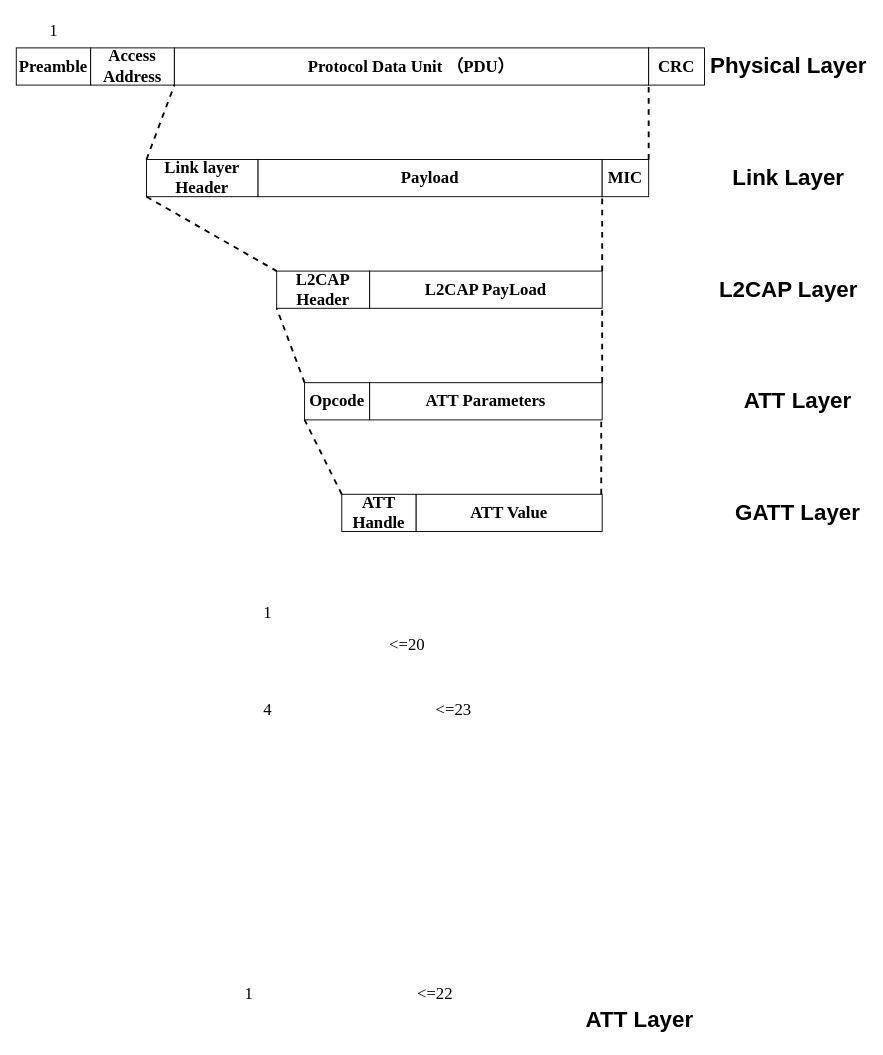
Before: Untitled Diagram.drawio in wangjinbo75/FT, a draw.io diagram. Source tidied: cells renumbered, new cells numbered last; positions are measured from the earlier drawing's top-left corner, leaving out a move shared by most shapes. Both pictures are drawn from the tidied source at 93%, with x=0, y=0 at pixel (16, 20).
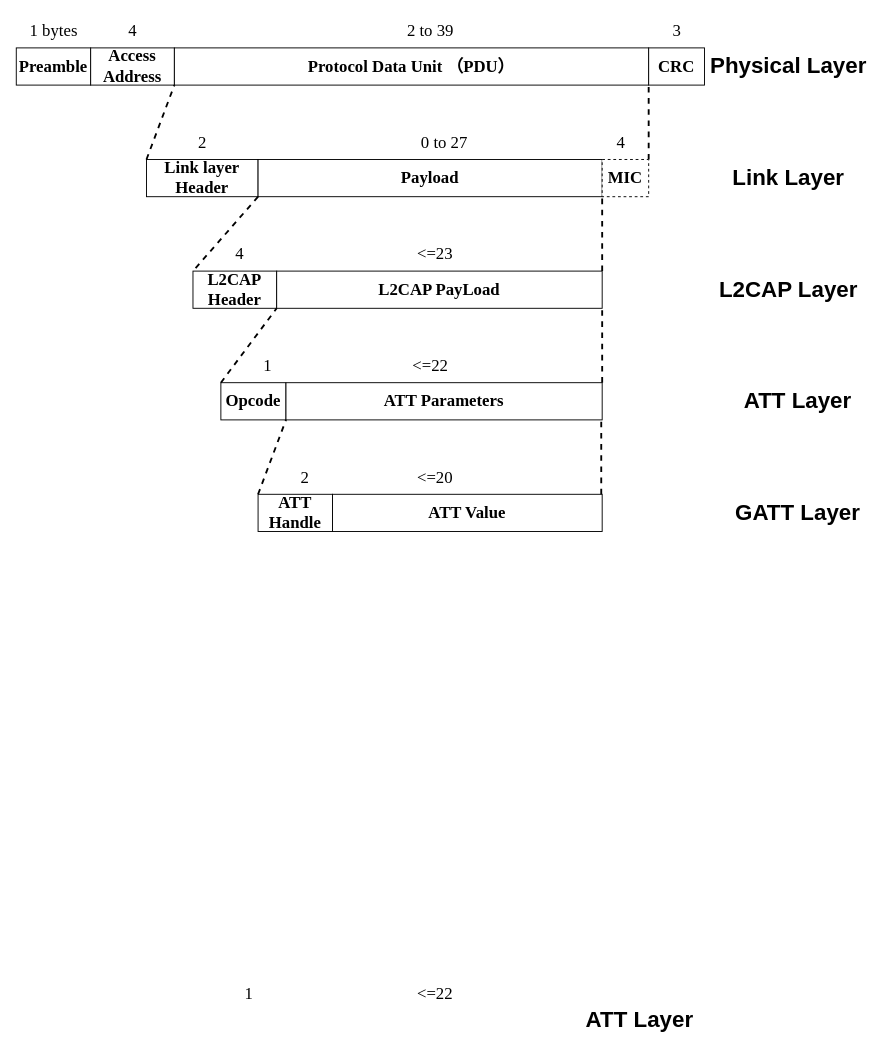
The same page after the edit.

Unchanged cells that the change refers to:
```xml
<mxCell id="23" value="&lt;font face=&quot;Times New Roman&quot;&gt;&lt;span style=&quot;font-size: 18px&quot;&gt;&lt;b&gt;Link layer Header&lt;/b&gt;&lt;/span&gt;&lt;/font&gt;" style="rounded=0;whiteSpace=wrap;html=1;" parent="1" vertex="1">
  <mxGeometry x="140" y="150" width="120" height="40" as="geometry" />
</mxCell>
<mxCell id="24" value="&lt;font face=&quot;Times New Roman&quot;&gt;&lt;span style=&quot;font-size: 18px&quot;&gt;&lt;b&gt;Payload&lt;/b&gt;&lt;/span&gt;&lt;/font&gt;" style="rounded=0;whiteSpace=wrap;html=1;" parent="1" vertex="1">
  <mxGeometry x="260" y="150" width="370" height="40" as="geometry" />
</mxCell>
```

Change to the diagram source:
```diff
@@
     <mxCell id="6" value="&lt;font face=&quot;Times New Roman&quot; style=&quot;font-size: 18px&quot;&gt;&lt;b&gt;ATT Handle&lt;/b&gt;&lt;/font&gt;" style="rounded=0;whiteSpace=wrap;html=1;" parent="1" vertex="1">
-      <mxGeometry x="350" y="510" width="80" height="40" as="geometry" />
+      <mxGeometry x="260" y="510" width="80" height="40" as="geometry" />
     </mxCell>
     <mxCell id="7" value="&lt;font face=&quot;Times New Roman&quot; style=&quot;font-size: 18px&quot;&gt;&lt;b&gt;ATT Value&lt;/b&gt;&lt;/font&gt;" style="rounded=0;whiteSpace=wrap;html=1;" parent="1" vertex="1">
-      <mxGeometry x="430" y="510" width="200" height="40" as="geometry" />
+      <mxGeometry x="340" y="510" width="290" height="40" as="geometry" />
     </mxCell>
@@
-    <mxCell id="10" value="&lt;span style=&quot;font-weight: normal&quot;&gt;&lt;font style=&quot;font-size: 18px&quot; face=&quot;Times New Roman&quot;&gt;1&lt;/font&gt;&lt;/span&gt;" style="text;strokeColor=none;fillColor=none;html=1;fontSize=24;fontStyle=1;verticalAlign=middle;align=center;" parent="1" vertex="1">
+    <mxCell id="10" value="&lt;span style=&quot;font-weight: normal&quot;&gt;&lt;font style=&quot;font-size: 18px&quot; face=&quot;Times New Roman&quot;&gt;1 bytes&lt;/font&gt;&lt;/span&gt;" style="text;strokeColor=none;fillColor=none;html=1;fontSize=24;fontStyle=1;verticalAlign=middle;align=center;" parent="1" vertex="1">
       <mxGeometry x="10" width="60" height="20" as="geometry" />
     </mxCell>
-    <mxCell id="11" value="&lt;span style=&quot;font-weight: 400&quot;&gt;&lt;font style=&quot;font-size: 18px&quot; face=&quot;Times New Roman&quot;&gt;&amp;lt;=20&lt;/font&gt;&lt;/span&gt;" style="text;strokeColor=none;fillColor=none;html=1;fontSize=24;fontStyle=1;verticalAlign=middle;align=center;" parent="1" vertex="1">
-      <mxGeometry x="390" y="660" width="60" height="20" as="geometry" />
-    </mxCell>
@@
-    <mxCell id="13" value="&lt;span style=&quot;font-weight: normal&quot;&gt;&lt;font style=&quot;font-size: 18px&quot; face=&quot;Times New Roman&quot;&gt;1&lt;/font&gt;&lt;/span&gt;" style="text;strokeColor=none;fillColor=none;html=1;fontSize=24;fontStyle=1;verticalAlign=middle;align=center;" parent="1" vertex="1">
-      <mxGeometry x="240" y="625" width="60" height="20" as="geometry" />
+    <mxCell id="13" value="&lt;span style=&quot;font-weight: normal&quot;&gt;&lt;font style=&quot;font-size: 18px&quot; face=&quot;Times New Roman&quot;&gt;4&lt;/font&gt;&lt;/span&gt;" style="text;strokeColor=none;fillColor=none;html=1;fontSize=24;fontStyle=1;verticalAlign=middle;align=center;" parent="1" vertex="1">
+      <mxGeometry x="95" width="60" height="20" as="geometry" />
     </mxCell>
     <mxCell id="14" value="&lt;font face=&quot;Times New Roman&quot;&gt;&lt;span style=&quot;font-size: 18px&quot;&gt;&lt;b&gt;L2CAP Header&lt;/b&gt;&lt;/span&gt;&lt;/font&gt;" style="rounded=0;whiteSpace=wrap;html=1;" parent="1" vertex="1">
-      <mxGeometry x="280" y="270" width="100" height="40" as="geometry" />
+      <mxGeometry x="190" y="270" width="90" height="40" as="geometry" />
     </mxCell>
     <mxCell id="15" value="&lt;font face=&quot;Times New Roman&quot;&gt;&lt;span style=&quot;font-size: 18px&quot;&gt;&lt;b&gt;L2CAP PayLoad&lt;/b&gt;&lt;/span&gt;&lt;/font&gt;" style="rounded=0;whiteSpace=wrap;html=1;" parent="1" vertex="1">
-      <mxGeometry x="380" y="270" width="250" height="40" as="geometry" />
+      <mxGeometry x="280" y="270" width="350" height="40" as="geometry" />
     </mxCell>
@@
-    <mxCell id="18" value="&lt;font face=&quot;Times New Roman&quot;&gt;&lt;span style=&quot;font-size: 18px ; font-weight: 400&quot;&gt;4&lt;/span&gt;&lt;/font&gt;" style="text;strokeColor=none;fillColor=none;html=1;fontSize=24;fontStyle=1;verticalAlign=middle;align=center;" parent="1" vertex="1">
-      <mxGeometry x="240" y="730" width="60" height="20" as="geometry" />
-    </mxCell>
-    <mxCell id="19" value="&lt;span style=&quot;font-weight: 400&quot;&gt;&lt;font style=&quot;font-size: 18px&quot; face=&quot;Times New Roman&quot;&gt;&amp;lt;=23&lt;/font&gt;&lt;/span&gt;" style="text;strokeColor=none;fillColor=none;html=1;fontSize=24;fontStyle=1;verticalAlign=middle;align=center;" parent="1" vertex="1">
-      <mxGeometry x="440" y="730" width="60" height="20" as="geometry" />
-    </mxCell>
@@
-    <mxCell id="25" value="&lt;font face=&quot;Times New Roman&quot;&gt;&lt;span style=&quot;font-size: 18px&quot;&gt;&lt;b&gt;MIC&lt;/b&gt;&lt;/span&gt;&lt;/font&gt;" style="rounded=0;whiteSpace=wrap;html=1;" parent="1" vertex="1">
+    <mxCell id="25" value="&lt;font face=&quot;Times New Roman&quot;&gt;&lt;span style=&quot;font-size: 18px&quot;&gt;&lt;b&gt;MIC&lt;/b&gt;&lt;/span&gt;&lt;/font&gt;" style="rounded=0;whiteSpace=wrap;html=1;dashed=1;" parent="1" vertex="1">
       <mxGeometry x="630" y="150" width="50" height="40" as="geometry" />
     </mxCell>
@@
-    <mxCell id="28" style="endArrow=none;dashed=1;html=1;entryX=0;entryY=0;entryDx=0;entryDy=0;strokeWidth=2;exitX=0;exitY=1;exitDx=0;exitDy=0;" parent="1" edge="1" source="23" target="14">
+    <mxCell id="28" style="endArrow=none;dashed=1;html=1;entryX=0;entryY=0;entryDx=0;entryDy=0;strokeWidth=2;exitX=0;exitY=1;exitDx=0;exitDy=0;" parent="1" edge="1" source="24" target="14">
       <mxGeometry relative="1" as="geometry" />
     </mxCell>
@@
     <mxCell id="30" value="&lt;font face=&quot;Times New Roman&quot;&gt;&lt;span style=&quot;font-size: 18px&quot;&gt;&lt;b&gt;Opcode&lt;/b&gt;&lt;/span&gt;&lt;/font&gt;" style="rounded=0;whiteSpace=wrap;html=1;" parent="1" vertex="1">
-      <mxGeometry x="310" y="390" width="70" height="40" as="geometry" />
+      <mxGeometry x="220" y="390" width="70" height="40" as="geometry" />
     </mxCell>
     <mxCell id="31" value="&lt;font face=&quot;Times New Roman&quot; style=&quot;font-size: 18px&quot;&gt;&lt;b&gt;ATT Parameters&lt;/b&gt;&lt;/font&gt;" style="rounded=0;whiteSpace=wrap;html=1;" parent="1" vertex="1">
-      <mxGeometry x="380" y="390" width="250" height="40" as="geometry" />
+      <mxGeometry x="290" y="390" width="340" height="40" as="geometry" />
     </mxCell>
@@
-    <mxCell id="33" style="endArrow=none;dashed=1;html=1;entryX=0;entryY=1;entryDx=0;entryDy=0;strokeWidth=2;exitX=0;exitY=0;exitDx=0;exitDy=0;" parent="1" edge="1" source="30" target="14">
+    <mxCell id="33" style="endArrow=none;dashed=1;html=1;entryX=1;entryY=1;entryDx=0;entryDy=0;strokeWidth=2;exitX=0;exitY=0;exitDx=0;exitDy=0;" parent="1" edge="1" source="30" target="14">
       <mxGeometry relative="1" as="geometry" />
     </mxCell>
-    <mxCell id="34" style="endArrow=none;dashed=1;html=1;entryX=0;entryY=1;entryDx=0;entryDy=0;strokeWidth=2;exitX=0;exitY=0;exitDx=0;exitDy=0;" parent="1" edge="1" source="6" target="30">
+    <mxCell id="34" style="endArrow=none;dashed=1;html=1;entryX=1;entryY=1;entryDx=0;entryDy=0;strokeWidth=2;exitX=0;exitY=0;exitDx=0;exitDy=0;" parent="1" edge="1" source="6" target="30">
       <mxGeometry relative="1" as="geometry" />
     </mxCell>
@@
+    <mxCell id="36" value="&lt;span style=&quot;font-weight: normal&quot;&gt;&lt;font style=&quot;font-size: 18px&quot; face=&quot;Times New Roman&quot;&gt;2 to 39&lt;/font&gt;&lt;/span&gt;" style="text;strokeColor=none;fillColor=none;html=1;fontSize=24;fontStyle=1;verticalAlign=middle;align=center;" parent="1" vertex="1">
+      <mxGeometry x="415" width="60" height="20" as="geometry" />
+    </mxCell>
+    <mxCell id="37" value="&lt;span style=&quot;font-weight: normal&quot;&gt;&lt;font style=&quot;font-size: 18px&quot; face=&quot;Times New Roman&quot;&gt;3&lt;/font&gt;&lt;/span&gt;" style="text;strokeColor=none;fillColor=none;html=1;fontSize=24;fontStyle=1;verticalAlign=middle;align=center;" parent="1" vertex="1">
+      <mxGeometry x="680" width="60" height="20" as="geometry" />
+    </mxCell>
+    <mxCell id="38" value="&lt;font face=&quot;Times New Roman&quot;&gt;&lt;span style=&quot;font-size: 18px ; font-weight: 400&quot;&gt;2&lt;/span&gt;&lt;/font&gt;" style="text;strokeColor=none;fillColor=none;html=1;fontSize=24;fontStyle=1;verticalAlign=middle;align=center;" parent="1" vertex="1">
+      <mxGeometry x="170" y="120" width="60" height="20" as="geometry" />
+    </mxCell>
+    <mxCell id="39" value="&lt;font face=&quot;Times New Roman&quot;&gt;&lt;span style=&quot;font-size: 18px ; font-weight: 400&quot;&gt;0 to 27&lt;/span&gt;&lt;/font&gt;" style="text;strokeColor=none;fillColor=none;html=1;fontSize=24;fontStyle=1;verticalAlign=middle;align=center;" parent="1" vertex="1">
+      <mxGeometry x="430" y="120" width="60" height="20" as="geometry" />
+    </mxCell>
+    <mxCell id="40" value="&lt;font face=&quot;Times New Roman&quot;&gt;&lt;span style=&quot;font-size: 18px ; font-weight: 400&quot;&gt;4&lt;/span&gt;&lt;/font&gt;" style="text;strokeColor=none;fillColor=none;html=1;fontSize=24;fontStyle=1;verticalAlign=middle;align=center;" parent="1" vertex="1">
+      <mxGeometry x="620" y="120" width="60" height="20" as="geometry" />
+    </mxCell>
+    <mxCell id="41" value="&lt;font face=&quot;Times New Roman&quot;&gt;&lt;span style=&quot;font-size: 18px ; font-weight: 400&quot;&gt;4&lt;/span&gt;&lt;/font&gt;" style="text;strokeColor=none;fillColor=none;html=1;fontSize=24;fontStyle=1;verticalAlign=middle;align=center;" parent="1" vertex="1">
+      <mxGeometry x="210" y="240" width="60" height="20" as="geometry" />
+    </mxCell>
+    <mxCell id="11" value="&lt;font face=&quot;Times New Roman&quot;&gt;&lt;span style=&quot;font-size: 18px ; font-weight: 400&quot;&gt;&amp;lt;=20&lt;/span&gt;&lt;/font&gt;" style="text;strokeColor=none;fillColor=none;html=1;fontSize=24;fontStyle=1;verticalAlign=middle;align=center;" parent="1" vertex="1">
+      <mxGeometry x="420" y="480" width="60" height="20" as="geometry" />
+    </mxCell>
+    <mxCell id="19" value="&lt;font face=&quot;Times New Roman&quot;&gt;&lt;span style=&quot;font-size: 18px ; font-weight: 400&quot;&gt;&amp;lt;=23&lt;/span&gt;&lt;/font&gt;" style="text;strokeColor=none;fillColor=none;html=1;fontSize=24;fontStyle=1;verticalAlign=middle;align=center;" parent="1" vertex="1">
+      <mxGeometry x="420" y="240" width="60" height="20" as="geometry" />
+    </mxCell>
+    <mxCell id="42" value="&lt;font face=&quot;Times New Roman&quot;&gt;&lt;span style=&quot;font-size: 18px ; font-weight: 400&quot;&gt;&amp;lt;=22&lt;/span&gt;&lt;/font&gt;" style="text;strokeColor=none;fillColor=none;html=1;fontSize=24;fontStyle=1;verticalAlign=middle;align=center;" parent="1" vertex="1">
+      <mxGeometry x="415" y="360" width="60" height="20" as="geometry" />
+    </mxCell>
+    <mxCell id="43" value="&lt;font face=&quot;Times New Roman&quot;&gt;&lt;span style=&quot;font-size: 18px ; font-weight: 400&quot;&gt;1&lt;/span&gt;&lt;/font&gt;" style="text;strokeColor=none;fillColor=none;html=1;fontSize=24;fontStyle=1;verticalAlign=middle;align=center;" parent="1" vertex="1">
+      <mxGeometry x="240" y="360" width="60" height="20" as="geometry" />
+    </mxCell>
+    <mxCell id="44" value="&lt;font face=&quot;Times New Roman&quot;&gt;&lt;span style=&quot;font-size: 18px ; font-weight: 400&quot;&gt;2&lt;/span&gt;&lt;/font&gt;" style="text;strokeColor=none;fillColor=none;html=1;fontSize=24;fontStyle=1;verticalAlign=middle;align=center;" parent="1" vertex="1">
+      <mxGeometry x="280" y="480" width="60" height="20" as="geometry" />
+    </mxCell>
```
